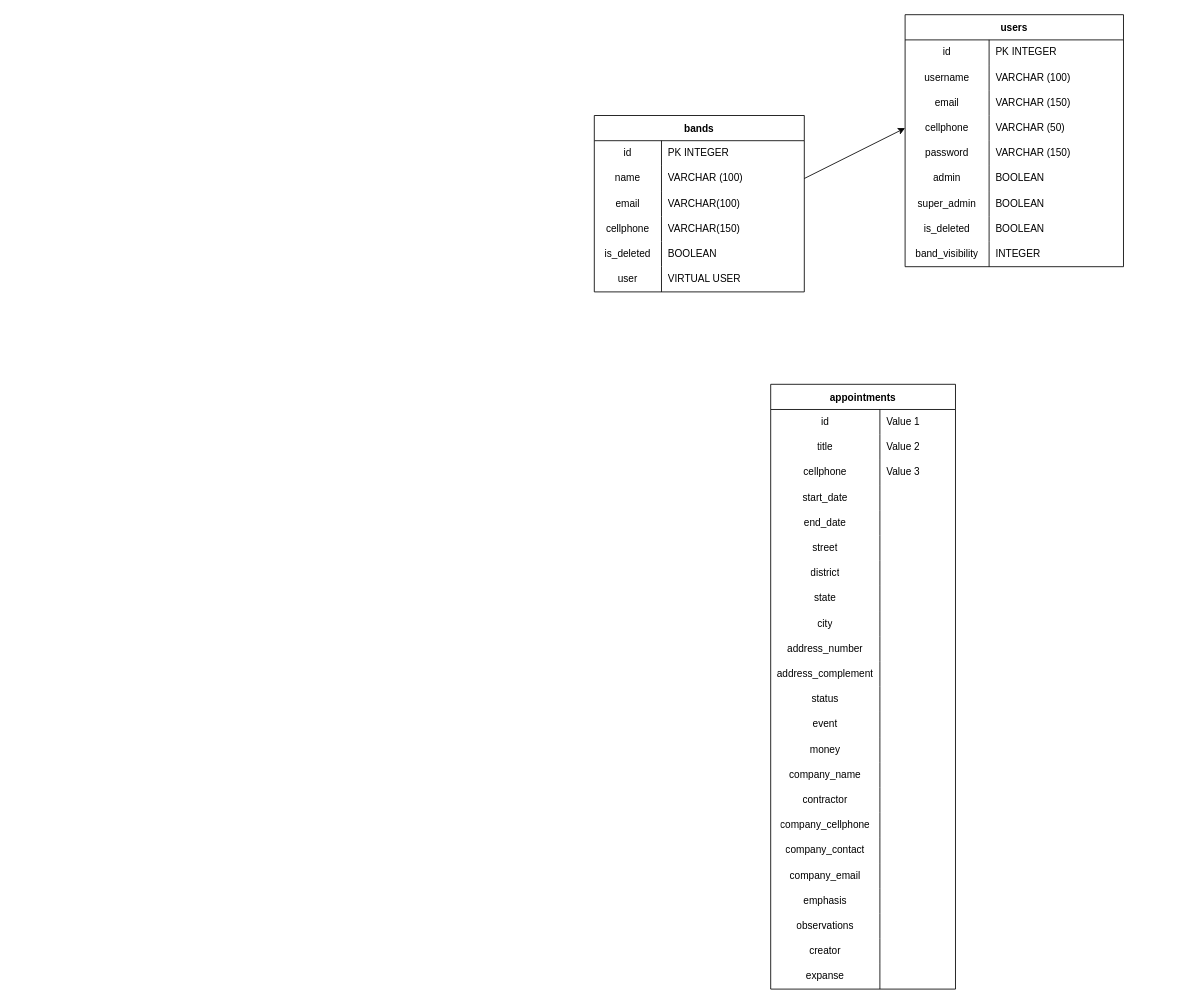
Earlier version of the draw.io diagram db_model.drawio (prgMgava/band_schedule_api). Source tidied: cells renumbered, new cells numbered last; positions are measured from the earlier drawing's top-left corner, leaving out a move shared by most shapes. Both pictures are drawn from the tidied source at 84%, with x=0, y=0 at pixel (594, 14).
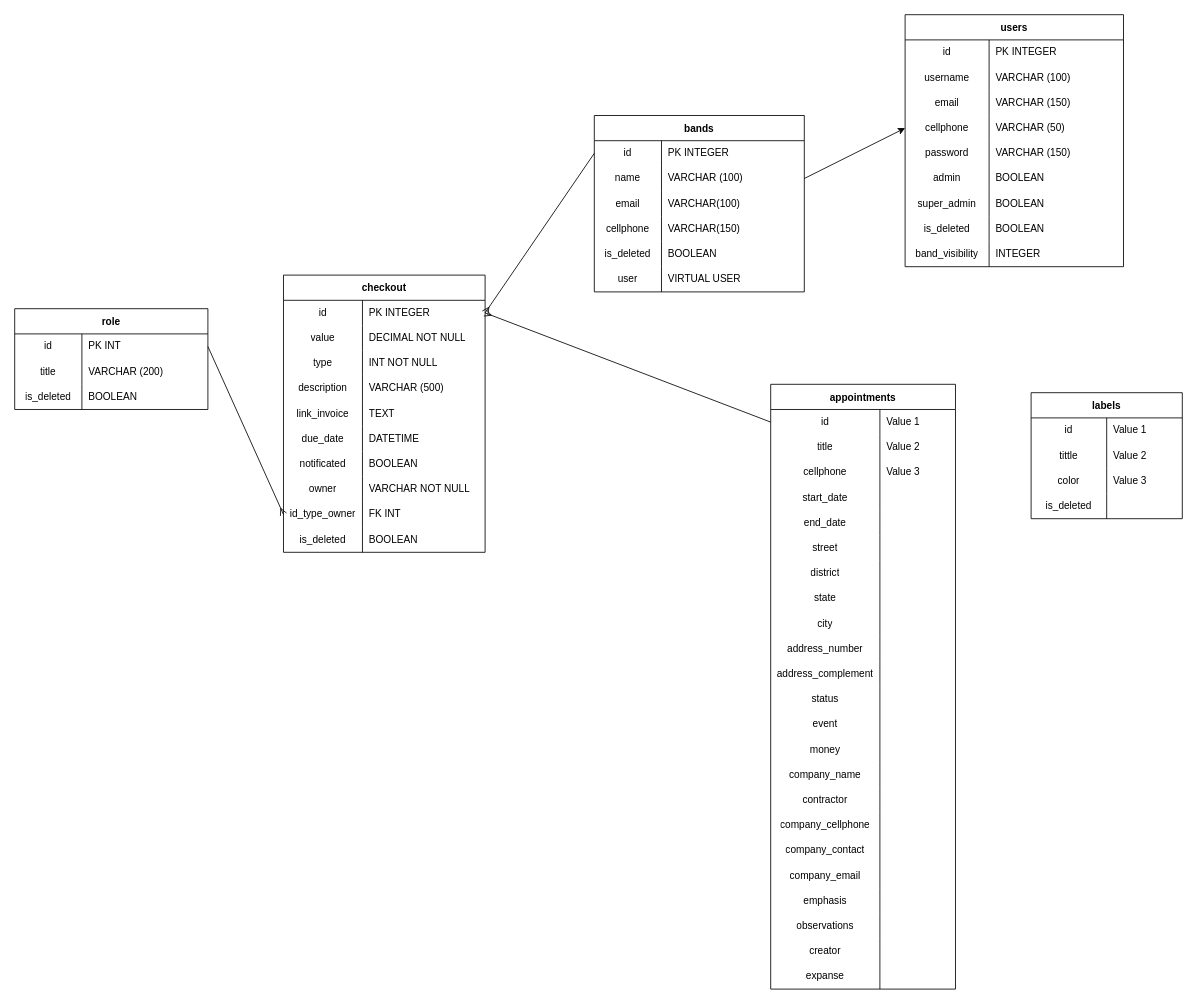
After the change.

Commit message (it also covers changes not shown here):
Databese model new entities

The change refers to these unchanged cells:
```xml
<mxCell id="31" style="shape=tableRow;horizontal=0;startSize=0;swimlaneHead=0;swimlaneBody=0;top=0;left=0;bottom=0;right=0;fillColor=none;points=[[0,0.5],[1,0.5]];portConstraint=eastwest;" parent="30" vertex="1">
  <mxGeometry y="30" width="250" height="30" as="geometry" />
</mxCell>
<mxCell id="51" style="shape=tableRow;horizontal=0;startSize=0;swimlaneHead=0;swimlaneBody=0;top=0;left=0;bottom=0;right=0;fillColor=none;points=[[0,0.5],[1,0.5]];portConstraint=eastwest;" parent="50" vertex="1">
  <mxGeometry y="30" width="220" height="30" as="geometry" />
</mxCell>
```

Change to the diagram source:
```diff
@@
+    <mxCell id="120" value="labels" style="shape=table;startSize=30;childLayout=tableLayout;rowLines=0;fontStyle=1;" parent="1" vertex="1">
+      <mxGeometry x="520" y="450" width="180" height="150" as="geometry" />
+    </mxCell>
+    <mxCell id="121" style="shape=tableRow;horizontal=0;startSize=0;swimlaneHead=0;swimlaneBody=0;top=0;left=0;bottom=0;right=0;fillColor=none;" parent="120" vertex="1">
+      <mxGeometry y="30" width="180" height="30" as="geometry" />
+    </mxCell>
+    <mxCell id="122" value="id" style="shape=partialRectangle;html=1;whiteSpace=wrap;fillColor=none;top=0;left=0;bottom=0;right=0;overflow=hidden;" parent="121" vertex="1">
+      <mxGeometry width="90" height="30" as="geometry" />
+    </mxCell>
+    <mxCell id="123" value="Value 1" style="shape=partialRectangle;html=1;whiteSpace=wrap;fillColor=none;top=0;left=0;bottom=0;right=0;align=left;spacingLeft=6;overflow=hidden;" parent="121" vertex="1">
+      <mxGeometry x="90" width="90" height="30" as="geometry" />
+    </mxCell>
+    <mxCell id="124" style="shape=tableRow;horizontal=0;startSize=0;swimlaneHead=0;swimlaneBody=0;top=0;left=0;bottom=0;right=0;fillColor=none;" parent="120" vertex="1">
+      <mxGeometry y="60" width="180" height="30" as="geometry" />
+    </mxCell>
+    <mxCell id="125" value="tittle" style="shape=partialRectangle;html=1;whiteSpace=wrap;fillColor=none;top=0;left=0;bottom=0;right=0;overflow=hidden;" parent="124" vertex="1">
+      <mxGeometry width="90" height="30" as="geometry" />
+    </mxCell>
+    <mxCell id="126" value="Value 2" style="shape=partialRectangle;html=1;whiteSpace=wrap;fillColor=none;top=0;left=0;bottom=0;right=0;align=left;spacingLeft=6;overflow=hidden;" parent="124" vertex="1">
+      <mxGeometry x="90" width="90" height="30" as="geometry" />
+    </mxCell>
+    <mxCell id="127" style="shape=tableRow;horizontal=0;startSize=0;swimlaneHead=0;swimlaneBody=0;top=0;left=0;bottom=0;right=0;fillColor=none;" parent="120" vertex="1">
+      <mxGeometry y="90" width="180" height="30" as="geometry" />
+    </mxCell>
+    <mxCell id="128" value="color" style="shape=partialRectangle;html=1;whiteSpace=wrap;fillColor=none;top=0;left=0;bottom=0;right=0;overflow=hidden;" parent="127" vertex="1">
+      <mxGeometry width="90" height="30" as="geometry" />
+    </mxCell>
+    <mxCell id="129" value="Value 3" style="shape=partialRectangle;html=1;whiteSpace=wrap;fillColor=none;top=0;left=0;bottom=0;right=0;align=left;spacingLeft=6;overflow=hidden;" parent="127" vertex="1">
+      <mxGeometry x="90" width="90" height="30" as="geometry" />
+    </mxCell>
+    <mxCell id="130" style="shape=tableRow;horizontal=0;startSize=0;swimlaneHead=0;swimlaneBody=0;top=0;left=0;bottom=0;right=0;fillColor=none;" parent="120" vertex="1">
+      <mxGeometry y="120" width="180" height="30" as="geometry" />
+    </mxCell>
+    <mxCell id="131" value="is_deleted" style="shape=partialRectangle;html=1;whiteSpace=wrap;fillColor=none;top=0;left=0;bottom=0;right=0;overflow=hidden;" parent="130" vertex="1">
+      <mxGeometry width="90" height="30" as="geometry" />
+    </mxCell>
+    <mxCell id="132" style="shape=partialRectangle;html=1;whiteSpace=wrap;fillColor=none;top=0;left=0;bottom=0;right=0;align=left;spacingLeft=6;overflow=hidden;" parent="130" vertex="1">
+      <mxGeometry x="90" width="90" height="30" as="geometry" />
+    </mxCell>
+    <mxCell id="133" value="checkout" style="shape=table;startSize=30;childLayout=tableLayout;rowLines=0;fontStyle=1;" parent="1" vertex="1">
+      <mxGeometry x="-370" y="310" width="240" height="330" as="geometry" />
+    </mxCell>
+    <mxCell id="134" style="shape=tableRow;horizontal=0;startSize=0;swimlaneHead=0;swimlaneBody=0;top=0;left=0;bottom=0;right=0;fillColor=none;points=[[0,0.5],[1,0.5]];portConstraint=eastwest;" parent="133" vertex="1">
+      <mxGeometry y="30" width="240" height="30" as="geometry" />
+    </mxCell>
+    <mxCell id="135" value="id" style="shape=partialRectangle;html=1;whiteSpace=wrap;fillColor=none;top=0;left=0;bottom=0;right=0;overflow=hidden;" parent="134" vertex="1">
+      <mxGeometry width="94" height="30" as="geometry" />
+    </mxCell>
+    <mxCell id="136" value="PK INTEGER" style="shape=partialRectangle;html=1;whiteSpace=wrap;fillColor=none;top=0;left=0;bottom=0;right=0;align=left;spacingLeft=6;overflow=hidden;" parent="134" vertex="1">
+      <mxGeometry x="94" width="146" height="30" as="geometry" />
+    </mxCell>
+    <mxCell id="137" style="shape=tableRow;horizontal=0;startSize=0;swimlaneHead=0;swimlaneBody=0;top=0;left=0;bottom=0;right=0;fillColor=none;" parent="133" vertex="1">
+      <mxGeometry y="60" width="240" height="30" as="geometry" />
+    </mxCell>
+    <mxCell id="138" value="value" style="shape=partialRectangle;html=1;whiteSpace=wrap;fillColor=none;top=0;left=0;bottom=0;right=0;overflow=hidden;" parent="137" vertex="1">
+      <mxGeometry width="94" height="30" as="geometry" />
+    </mxCell>
+    <mxCell id="139" value="DECIMAL NOT NULL" style="shape=partialRectangle;html=1;whiteSpace=wrap;fillColor=none;top=0;left=0;bottom=0;right=0;align=left;spacingLeft=6;overflow=hidden;" parent="137" vertex="1">
+      <mxGeometry x="94" width="146" height="30" as="geometry" />
+    </mxCell>
+    <mxCell id="140" style="shape=tableRow;horizontal=0;startSize=0;swimlaneHead=0;swimlaneBody=0;top=0;left=0;bottom=0;right=0;fillColor=none;" parent="133" vertex="1">
+      <mxGeometry y="90" width="240" height="30" as="geometry" />
+    </mxCell>
+    <mxCell id="141" value="type" style="shape=partialRectangle;html=1;whiteSpace=wrap;fillColor=none;top=0;left=0;bottom=0;right=0;overflow=hidden;" parent="140" vertex="1">
+      <mxGeometry width="94" height="30" as="geometry" />
+    </mxCell>
+    <mxCell id="142" value="INT NOT NULL" style="shape=partialRectangle;html=1;whiteSpace=wrap;fillColor=none;top=0;left=0;bottom=0;right=0;align=left;spacingLeft=6;overflow=hidden;" parent="140" vertex="1">
+      <mxGeometry x="94" width="146" height="30" as="geometry" />
+    </mxCell>
+    <mxCell id="143" style="shape=tableRow;horizontal=0;startSize=0;swimlaneHead=0;swimlaneBody=0;top=0;left=0;bottom=0;right=0;fillColor=none;" parent="133" vertex="1">
+      <mxGeometry y="120" width="240" height="30" as="geometry" />
+    </mxCell>
+    <mxCell id="144" value="description" style="shape=partialRectangle;html=1;whiteSpace=wrap;fillColor=none;top=0;left=0;bottom=0;right=0;overflow=hidden;" parent="143" vertex="1">
+      <mxGeometry width="94" height="30" as="geometry" />
+    </mxCell>
+    <mxCell id="145" value="VARCHAR (500)" style="shape=partialRectangle;html=1;whiteSpace=wrap;fillColor=none;top=0;left=0;bottom=0;right=0;align=left;spacingLeft=6;overflow=hidden;" parent="143" vertex="1">
+      <mxGeometry x="94" width="146" height="30" as="geometry" />
+    </mxCell>
+    <mxCell id="146" style="shape=tableRow;horizontal=0;startSize=0;swimlaneHead=0;swimlaneBody=0;top=0;left=0;bottom=0;right=0;fillColor=none;" parent="133" vertex="1">
+      <mxGeometry y="150" width="240" height="30" as="geometry" />
+    </mxCell>
+    <mxCell id="147" value="link_invoice" style="shape=partialRectangle;html=1;whiteSpace=wrap;fillColor=none;top=0;left=0;bottom=0;right=0;overflow=hidden;" parent="146" vertex="1">
+      <mxGeometry width="94" height="30" as="geometry" />
+    </mxCell>
+    <mxCell id="148" value="TEXT" style="shape=partialRectangle;html=1;whiteSpace=wrap;fillColor=none;top=0;left=0;bottom=0;right=0;align=left;spacingLeft=6;overflow=hidden;" parent="146" vertex="1">
+      <mxGeometry x="94" width="146" height="30" as="geometry" />
+    </mxCell>
+    <mxCell id="149" style="shape=tableRow;horizontal=0;startSize=0;swimlaneHead=0;swimlaneBody=0;top=0;left=0;bottom=0;right=0;fillColor=none;" parent="133" vertex="1">
+      <mxGeometry y="180" width="240" height="30" as="geometry" />
+    </mxCell>
+    <mxCell id="150" value="due_date" style="shape=partialRectangle;html=1;whiteSpace=wrap;fillColor=none;top=0;left=0;bottom=0;right=0;overflow=hidden;" parent="149" vertex="1">
+      <mxGeometry width="94" height="30" as="geometry" />
+    </mxCell>
+    <mxCell id="151" value="DATETIME" style="shape=partialRectangle;html=1;whiteSpace=wrap;fillColor=none;top=0;left=0;bottom=0;right=0;align=left;spacingLeft=6;overflow=hidden;" parent="149" vertex="1">
+      <mxGeometry x="94" width="146" height="30" as="geometry" />
+    </mxCell>
+    <mxCell id="152" style="shape=tableRow;horizontal=0;startSize=0;swimlaneHead=0;swimlaneBody=0;top=0;left=0;bottom=0;right=0;fillColor=none;" parent="133" vertex="1">
+      <mxGeometry y="210" width="240" height="30" as="geometry" />
+    </mxCell>
+    <mxCell id="153" value="notificated" style="shape=partialRectangle;html=1;whiteSpace=wrap;fillColor=none;top=0;left=0;bottom=0;right=0;overflow=hidden;" parent="152" vertex="1">
+      <mxGeometry width="94" height="30" as="geometry" />
+    </mxCell>
+    <mxCell id="154" value="BOOLEAN" style="shape=partialRectangle;html=1;whiteSpace=wrap;fillColor=none;top=0;left=0;bottom=0;right=0;align=left;spacingLeft=6;overflow=hidden;" parent="152" vertex="1">
+      <mxGeometry x="94" width="146" height="30" as="geometry" />
+    </mxCell>
+    <mxCell id="155" style="shape=tableRow;horizontal=0;startSize=0;swimlaneHead=0;swimlaneBody=0;top=0;left=0;bottom=0;right=0;fillColor=none;" parent="133" vertex="1">
+      <mxGeometry y="240" width="240" height="30" as="geometry" />
+    </mxCell>
+    <mxCell id="156" value="owner" style="shape=partialRectangle;html=1;whiteSpace=wrap;fillColor=none;top=0;left=0;bottom=0;right=0;overflow=hidden;" parent="155" vertex="1">
+      <mxGeometry width="94" height="30" as="geometry" />
+    </mxCell>
+    <mxCell id="157" value="VARCHAR NOT NULL" style="shape=partialRectangle;html=1;whiteSpace=wrap;fillColor=none;top=0;left=0;bottom=0;right=0;align=left;spacingLeft=6;overflow=hidden;" parent="155" vertex="1">
+      <mxGeometry x="94" width="146" height="30" as="geometry" />
+    </mxCell>
+    <mxCell id="158" style="shape=tableRow;horizontal=0;startSize=0;swimlaneHead=0;swimlaneBody=0;top=0;left=0;bottom=0;right=0;fillColor=none;points=[[0,0.5],[1,0.5]];portConstraint=eastwest;" parent="133" vertex="1">
+      <mxGeometry y="270" width="240" height="30" as="geometry" />
+    </mxCell>
+    <mxCell id="159" value="id_type_owner" style="shape=partialRectangle;html=1;whiteSpace=wrap;fillColor=none;top=0;left=0;bottom=0;right=0;overflow=hidden;" parent="158" vertex="1">
+      <mxGeometry width="94" height="30" as="geometry" />
+    </mxCell>
+    <mxCell id="160" value="FK INT" style="shape=partialRectangle;html=1;whiteSpace=wrap;fillColor=none;top=0;left=0;bottom=0;right=0;align=left;spacingLeft=6;overflow=hidden;" parent="158" vertex="1">
+      <mxGeometry x="94" width="146" height="30" as="geometry" />
+    </mxCell>
+    <mxCell id="161" style="shape=tableRow;horizontal=0;startSize=0;swimlaneHead=0;swimlaneBody=0;top=0;left=0;bottom=0;right=0;fillColor=none;" parent="133" vertex="1">
+      <mxGeometry y="300" width="240" height="30" as="geometry" />
+    </mxCell>
+    <mxCell id="162" value="is_deleted" style="shape=partialRectangle;html=1;whiteSpace=wrap;fillColor=none;top=0;left=0;bottom=0;right=0;overflow=hidden;" parent="161" vertex="1">
+      <mxGeometry width="94" height="30" as="geometry" />
+    </mxCell>
+    <mxCell id="163" value="BOOLEAN" style="shape=partialRectangle;html=1;whiteSpace=wrap;fillColor=none;top=0;left=0;bottom=0;right=0;align=left;spacingLeft=6;overflow=hidden;" parent="161" vertex="1">
+      <mxGeometry x="94" width="146" height="30" as="geometry" />
+    </mxCell>
+    <mxCell id="164" style="edgeStyle=none;html=1;exitX=0;exitY=0.5;exitDx=0;exitDy=0;entryX=1;entryY=0.5;entryDx=0;entryDy=0;endArrow=ERmany;endFill=0;" parent="1" edge="1" source="31" target="134">
+      <mxGeometry relative="1" as="geometry" />
+    </mxCell>
+    <mxCell id="165" style="edgeStyle=none;html=1;exitX=0;exitY=0.5;exitDx=0;exitDy=0;entryX=1;entryY=0.5;entryDx=0;entryDy=0;endArrow=ERmany;endFill=0;" parent="1" edge="1" source="51" target="134">
+      <mxGeometry relative="1" as="geometry" />
+    </mxCell>
+    <mxCell id="166" value="role" style="shape=table;startSize=30;childLayout=tableLayout;rowLines=0;fontStyle=1;" parent="1" vertex="1">
+      <mxGeometry x="-690" y="350" width="230" height="120" as="geometry" />
+    </mxCell>
+    <mxCell id="167" style="shape=tableRow;horizontal=0;startSize=0;swimlaneHead=0;swimlaneBody=0;top=0;left=0;bottom=0;right=0;fillColor=none;points=[[0,0.5],[1,0.5]];portConstraint=eastwest;" parent="166" vertex="1">
+      <mxGeometry y="30" width="230" height="30" as="geometry" />
+    </mxCell>
+    <mxCell id="168" value="id" style="shape=partialRectangle;html=1;whiteSpace=wrap;fillColor=none;top=0;left=0;bottom=0;right=0;overflow=hidden;" parent="167" vertex="1">
+      <mxGeometry width="80" height="30" as="geometry" />
+    </mxCell>
+    <mxCell id="169" value="PK INT" style="shape=partialRectangle;html=1;whiteSpace=wrap;fillColor=none;top=0;left=0;bottom=0;right=0;align=left;spacingLeft=6;overflow=hidden;" parent="167" vertex="1">
+      <mxGeometry x="80" width="150" height="30" as="geometry" />
+    </mxCell>
+    <mxCell id="170" style="shape=tableRow;horizontal=0;startSize=0;swimlaneHead=0;swimlaneBody=0;top=0;left=0;bottom=0;right=0;fillColor=none;" parent="166" vertex="1">
+      <mxGeometry y="60" width="230" height="30" as="geometry" />
+    </mxCell>
+    <mxCell id="171" value="title" style="shape=partialRectangle;html=1;whiteSpace=wrap;fillColor=none;top=0;left=0;bottom=0;right=0;overflow=hidden;" parent="170" vertex="1">
+      <mxGeometry width="80" height="30" as="geometry" />
+    </mxCell>
+    <mxCell id="172" value="VARCHAR (200)" style="shape=partialRectangle;html=1;whiteSpace=wrap;fillColor=none;top=0;left=0;bottom=0;right=0;align=left;spacingLeft=6;overflow=hidden;" parent="170" vertex="1">
+      <mxGeometry x="80" width="150" height="30" as="geometry" />
+    </mxCell>
+    <mxCell id="173" style="shape=tableRow;horizontal=0;startSize=0;swimlaneHead=0;swimlaneBody=0;top=0;left=0;bottom=0;right=0;fillColor=none;" parent="166" vertex="1">
+      <mxGeometry y="90" width="230" height="30" as="geometry" />
+    </mxCell>
+    <mxCell id="174" value="is_deleted" style="shape=partialRectangle;html=1;whiteSpace=wrap;fillColor=none;top=0;left=0;bottom=0;right=0;overflow=hidden;" parent="173" vertex="1">
+      <mxGeometry width="80" height="30" as="geometry" />
+    </mxCell>
+    <mxCell id="175" value="BOOLEAN" style="shape=partialRectangle;html=1;whiteSpace=wrap;fillColor=none;top=0;left=0;bottom=0;right=0;align=left;spacingLeft=6;overflow=hidden;" parent="173" vertex="1">
+      <mxGeometry x="80" width="150" height="30" as="geometry" />
+    </mxCell>
+    <mxCell id="176" style="edgeStyle=none;html=1;exitX=1;exitY=0.5;exitDx=0;exitDy=0;entryX=0;entryY=0.5;entryDx=0;entryDy=0;endArrow=ERmany;endFill=0;" parent="1" edge="1" source="167" target="158">
+      <mxGeometry relative="1" as="geometry" />
+    </mxCell>
```
